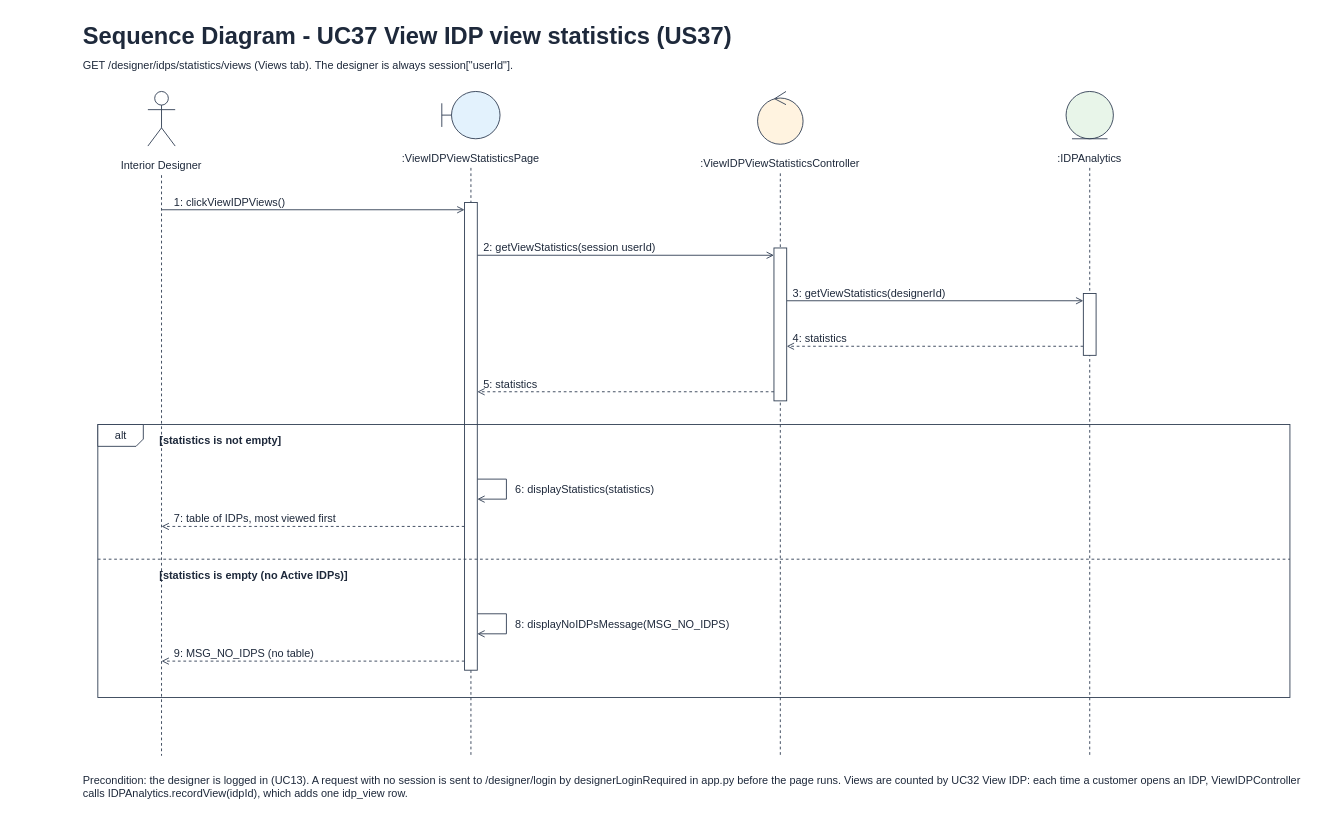
This is page "6 Sequence Diagram" (5 of 5) of Sprint_5/US37 - View IDP View Statistics/US37 View IDP view statistics.drawio from Hanzxc/CSIT314-ARCHSS, a draw.io file, before an edit. Source tidied: cells renumbered, new cells numbered last; positions are measured from the earlier drawing's top-left corner, leaving out a move shared by most shapes. Both pictures are drawn from the tidied source at 91%, with x=0, y=0 at pixel (15, 15).
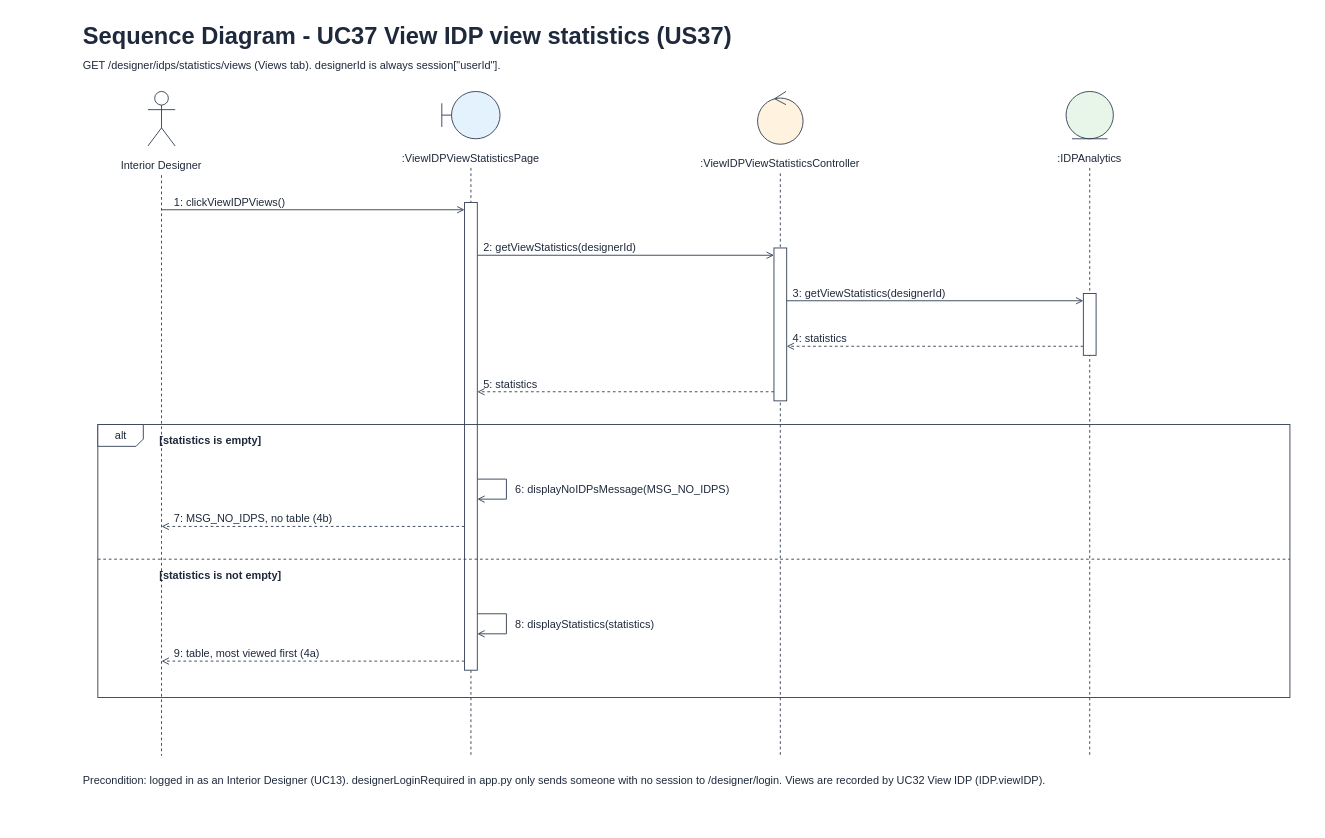
The same diagram, later.

What changed in the source:
```diff
@@
-    <mxCell id="3" value="GET /designer/idps/statistics/views (Views tab). The designer is always session[&quot;userId&quot;]." style="text;html=1;whiteSpace=wrap;align=left;verticalAlign=top;fontSize=12;fontStyle=0;fontColor=#1e293b;fontFamily=Helvetica;" parent="1" vertex="1">
+    <mxCell id="3" value="GET /designer/idps/statistics/views (Views tab). designerId is always session[&quot;userId&quot;]." style="text;html=1;whiteSpace=wrap;align=left;verticalAlign=top;fontSize=12;fontStyle=0;fontColor=#1e293b;fontFamily=Helvetica;" parent="1" vertex="1">
       <mxGeometry x="72" y="41" width="1350" height="22" as="geometry" />
     </mxCell>
@@
-    <mxCell id="15" value="2: getViewStatistics(session userId)" style="text;html=1;whiteSpace=wrap;align=left;verticalAlign=top;fontSize=12;fontStyle=0;fontColor=#1e293b;fontFamily=Helvetica;" parent="1" vertex="1">
+    <mxCell id="15" value="2: getViewStatistics(designerId)" style="text;html=1;whiteSpace=wrap;align=left;verticalAlign=top;fontSize=12;fontStyle=0;fontColor=#1e293b;fontFamily=Helvetica;" parent="1" vertex="1">
       <mxGeometry x="512" y="241" width="320" height="20" as="geometry" />
     </mxCell>
@@
-    <mxCell id="23" value="6: displayStatistics(statistics)" style="text;html=1;whiteSpace=wrap;align=left;verticalAlign=top;fontSize=12;fontStyle=0;fontColor=#1e293b;fontFamily=Helvetica;" parent="1" vertex="1">
+    <mxCell id="23" value="6: displayNoIDPsMessage(MSG_NO_IDPS)" style="text;html=1;whiteSpace=wrap;align=left;verticalAlign=top;fontSize=12;fontStyle=0;fontColor=#1e293b;fontFamily=Helvetica;" parent="1" vertex="1">
       <mxGeometry x="547" y="507" width="330" height="40" as="geometry" />
     </mxCell>
@@
-    <mxCell id="25" value="7: table of IDPs, most viewed first" style="text;html=1;whiteSpace=wrap;align=left;verticalAlign=top;fontSize=12;fontStyle=0;fontColor=#1e293b;fontFamily=Helvetica;" parent="1" vertex="1">
+    <mxCell id="25" value="7: MSG_NO_IDPS, no table (4b)" style="text;html=1;whiteSpace=wrap;align=left;verticalAlign=top;fontSize=12;fontStyle=0;fontColor=#1e293b;fontFamily=Helvetica;" parent="1" vertex="1">
       <mxGeometry x="172" y="539" width="320" height="20" as="geometry" />
     </mxCell>
@@
-    <mxCell id="27" value="8: displayNoIDPsMessage(MSG_NO_IDPS)" style="text;html=1;whiteSpace=wrap;align=left;verticalAlign=top;fontSize=12;fontStyle=0;fontColor=#1e293b;fontFamily=Helvetica;" parent="1" vertex="1">
+    <mxCell id="27" value="8: displayStatistics(statistics)" style="text;html=1;whiteSpace=wrap;align=left;verticalAlign=top;fontSize=12;fontStyle=0;fontColor=#1e293b;fontFamily=Helvetica;" parent="1" vertex="1">
       <mxGeometry x="547" y="655" width="330" height="40" as="geometry" />
     </mxCell>
@@
-    <mxCell id="29" value="9: MSG_NO_IDPS (no table)" style="text;html=1;whiteSpace=wrap;align=left;verticalAlign=top;fontSize=12;fontStyle=0;fontColor=#1e293b;fontFamily=Helvetica;" parent="1" vertex="1">
+    <mxCell id="29" value="9: table, most viewed first (4a)" style="text;html=1;whiteSpace=wrap;align=left;verticalAlign=top;fontSize=12;fontStyle=0;fontColor=#1e293b;fontFamily=Helvetica;" parent="1" vertex="1">
       <mxGeometry x="172" y="687" width="320" height="20" as="geometry" />
     </mxCell>
@@
-    <mxCell id="39" value="[statistics is not empty]" style="text;html=1;whiteSpace=wrap;align=left;verticalAlign=top;fontSize=12;fontStyle=1;fontColor=#1e293b;fontFamily=Helvetica;" parent="1" vertex="1">
+    <mxCell id="39" value="[statistics is empty]" style="text;html=1;whiteSpace=wrap;align=left;verticalAlign=top;fontSize=12;fontStyle=1;fontColor=#1e293b;fontFamily=Helvetica;" parent="1" vertex="1">
       <mxGeometry x="156" y="453" width="1230" height="22" as="geometry" />
     </mxCell>
@@
-    <mxCell id="41" value="[statistics is empty (no Active IDPs)]" style="text;html=1;whiteSpace=wrap;align=left;verticalAlign=top;fontSize=12;fontStyle=1;fontColor=#1e293b;fontFamily=Helvetica;" parent="1" vertex="1">
+    <mxCell id="41" value="[statistics is not empty]" style="text;html=1;whiteSpace=wrap;align=left;verticalAlign=top;fontSize=12;fontStyle=1;fontColor=#1e293b;fontFamily=Helvetica;" parent="1" vertex="1">
       <mxGeometry x="156" y="601" width="1230" height="22" as="geometry" />
     </mxCell>
-    <mxCell id="42" value="Precondition: the designer is logged in (UC13). A request with no session is sent to /designer/login by designerLoginRequired in app.py before the page runs. Views are counted by UC32 View IDP: each time a customer opens an IDP, ViewIDPController calls IDPAnalytics.recordView(idpId), which adds one idp_view row." style="text;html=1;whiteSpace=wrap;align=left;verticalAlign=top;fontSize=12;fontStyle=0;fontColor=#1e293b;fontFamily=Helvetica;" parent="1" vertex="1">
+    <mxCell id="42" value="Precondition: logged in as an Interior Designer (UC13). designerLoginRequired in app.py only sends someone with no session to /designer/login. Views are recorded by UC32 View IDP (IDP.viewIDP)." style="text;html=1;whiteSpace=wrap;align=left;verticalAlign=top;fontSize=12;fontStyle=0;fontColor=#1e293b;fontFamily=Helvetica;" parent="1" vertex="1">
       <mxGeometry x="72" y="827" width="1350" height="60" as="geometry" />
     </mxCell>
```
